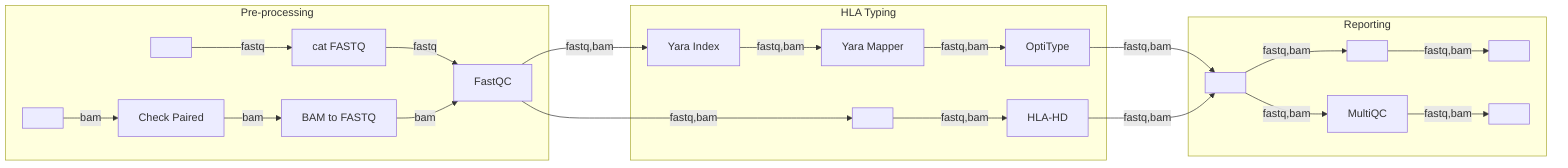
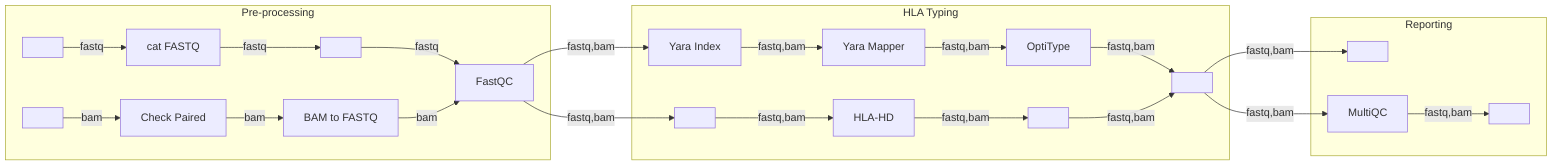
%%metro title: nf-core/hlatyping
%%metro style: dark
- %%metro logo: examples/nf-core-hlatyping_logo_dark.png
+ %%metro logo: docs/images/nf-core-hlatyping_logo_dark.png
%%metro file: fastq_in | FASTQ
%%metro file: bam_in | BAM
%%metro file: report_tsv | TSV
%%metro file: report_html | HTML
%%metro line: fastq | FASTQ | #2db572
%%metro line: bam | BAM | #e6842a
%%metro legend: bl
- %%metro legend_min_height: 72

graph LR
    subgraph preprocessing [Pre-processing]
        %%metro exit: right | fastq, bam
        fastq_in[ ]
        bam_in[ ]
        cat_fastq[cat FASTQ]
+         _fastq_delay[ ]
        check_paired[Check Paired]
        collatefastq[BAM to FASTQ]
        fastqc[FastQC]

        fastq_in -->|fastq| cat_fastq
-         cat_fastq -->|fastq| fastqc
+         cat_fastq -->|fastq| _fastq_delay
+         _fastq_delay -->|fastq| fastqc
        bam_in -->|bam| check_paired
        check_paired -->|bam| collatefastq
        collatefastq -->|bam| fastqc
    end

    subgraph hla_typing [HLA Typing]
        %%metro entry: left | fastq, bam
        %%metro exit: right | fastq, bam
        yara_index[Yara Index]
        yara_mapper[Yara Mapper]
        optitype_run[OptiType]
        _hlahd_delay[ ]
        hlahd_run[HLA-HD]
+         _hlahd_delay2[ ]
+         _merge1[ ]

        yara_index -->|fastq,bam| yara_mapper
        yara_mapper -->|fastq,bam| optitype_run
+         optitype_run -->|fastq,bam| _merge1
        _hlahd_delay -->|fastq,bam| hlahd_run
+         hlahd_run -->|fastq,bam| _hlahd_delay2
+         _hlahd_delay2 -->|fastq,bam| _merge1
    end

    subgraph reporting [Reporting]
        %%metro entry: left | fastq, bam
-         _branch2[ ]
-         _tsv_delay[ ]
        report_tsv[ ]
        multiqc[MultiQC]
        report_html[ ]

-         _branch2 -->|fastq,bam| _tsv_delay
-         _tsv_delay -->|fastq,bam| report_tsv
-         _branch2 -->|fastq,bam| multiqc
        multiqc -->|fastq,bam| report_html
    end

    %% Inter-section edges
    fastqc -->|fastq,bam| yara_index
    fastqc -->|fastq,bam| _hlahd_delay
-     optitype_run -->|fastq,bam| _branch2
-     hlahd_run -->|fastq,bam| _branch2
+     _merge1 -->|fastq,bam| report_tsv
+     _merge1 -->|fastq,bam| multiqc
